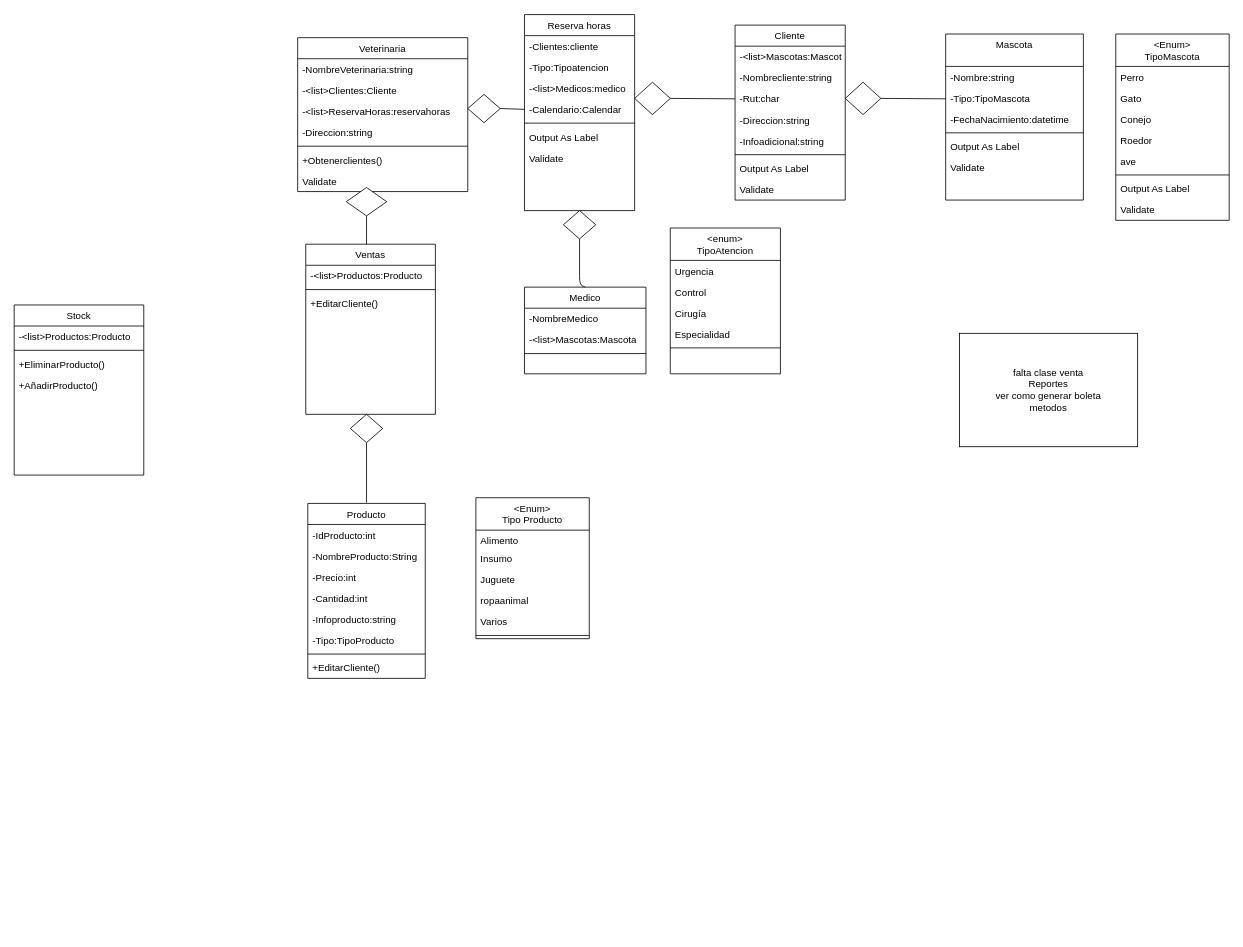
The draw.io diagram Untitled Diagram.drawio in JoseFredes/vetlover, before the edit. Source tidied: cells renumbered, new cells numbered last; positions are measured from the earlier drawing's top-left corner, leaving out a move shared by most shapes. Both pictures are drawn from the tidied source at 81%, with x=0, y=0 at pixel (14, 14).
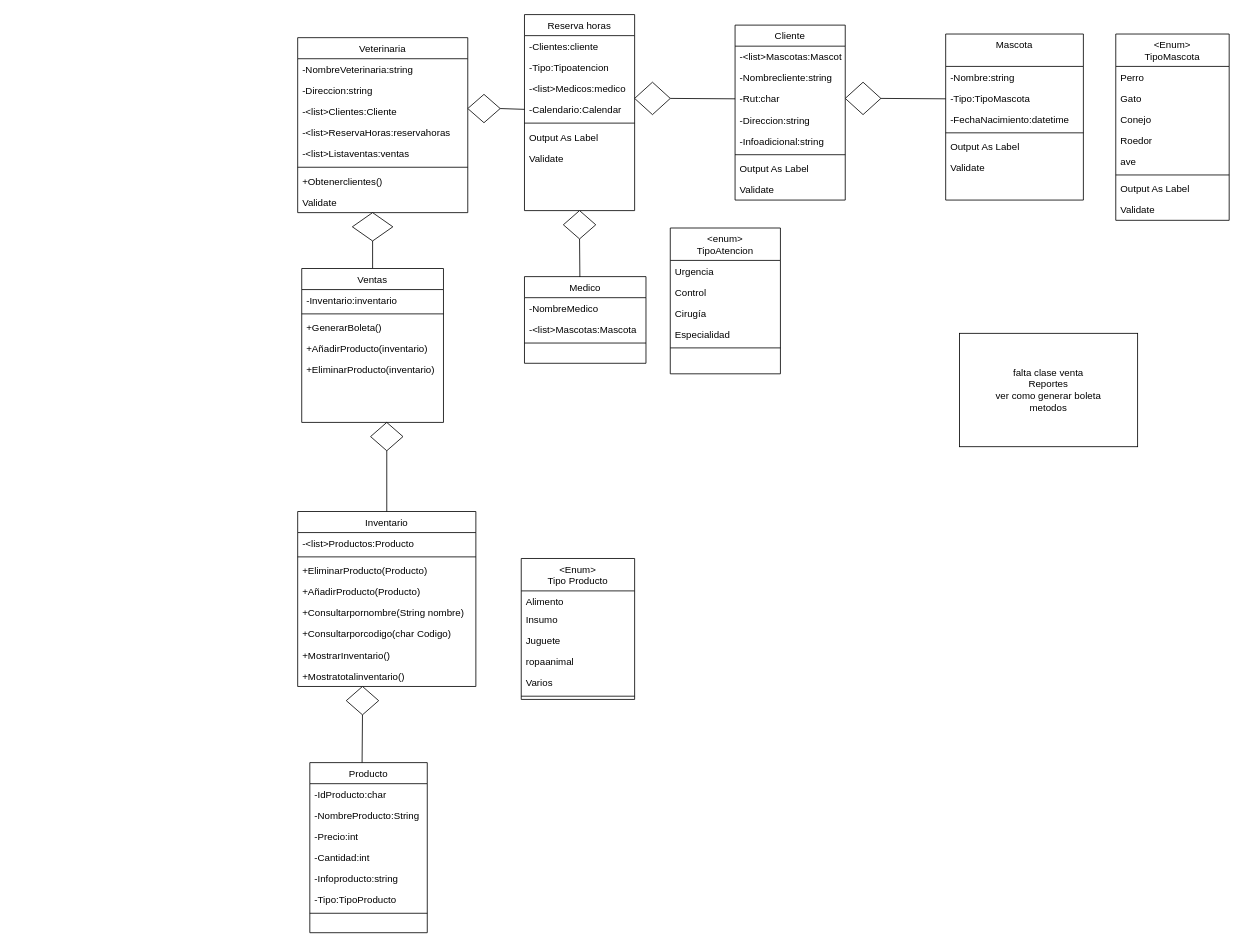
The same diagram, later.

Unchanged cells that the change refers to:
```xml
<mxCell id="51" style="rhombus;whiteSpace=wrap;html=1;" parent="1" vertex="1">
  <mxGeometry x="560" y="99" width="40" height="35" as="geometry" />
</mxCell>
<mxCell id="66" value="-Calendario:Calendar" style="text;align=left;verticalAlign=top;spacingLeft=4;spacingRight=4;overflow=hidden;points=[[0,0.5],[1,0.5]];portConstraint=eastwest;rounded=0;shadow=0;html=0;" parent="62" vertex="1">
  <mxGeometry y="104" width="136" height="26" as="geometry" />
</mxCell>
<mxCell id="80" style="rhombus;whiteSpace=wrap;html=1;" parent="1" vertex="1">
  <mxGeometry x="678" y="242.5" width="40" height="35" as="geometry" />
</mxCell>
```

What changed in the source:
```diff
@@
-    <mxCell id="2" value="Stock" style="swimlane;fontStyle=0;align=center;verticalAlign=top;horizontal=1;startSize=26;rounded=0;shadow=0;strokeWidth=1;" parent="1" vertex="1">
-      <mxGeometry y="359" width="160" height="210" as="geometry" />
+    <mxCell id="2" value="Inventario" style="swimlane;fontStyle=0;align=center;verticalAlign=top;horizontal=1;startSize=26;rounded=0;shadow=0;strokeWidth=1;" parent="1" vertex="1">
+      <mxGeometry x="350" y="614" width="220" height="216" as="geometry" />
     </mxCell>
     <mxCell id="3" value="-&lt;list&gt;Productos:Producto" style="text;align=left;verticalAlign=top;spacingLeft=4;spacingRight=4;overflow=hidden;" parent="2" vertex="1">
-      <mxGeometry y="26" width="160" height="26" as="geometry" />
+      <mxGeometry y="26" width="220" height="26" as="geometry" />
     </mxCell>
     <mxCell id="4" style="line;html=1;strokeWidth=1;align=left;verticalAlign=middle;spacingTop=-1;spacingLeft=3;spacingRight=3;labelPosition=right;" parent="2" vertex="1">
-      <mxGeometry y="52" width="160" height="8" as="geometry" />
+      <mxGeometry y="52" width="220" height="8" as="geometry" />
     </mxCell>
-    <mxCell id="5" value="+EliminarProducto()" style="text;align=left;verticalAlign=top;spacingLeft=4;spacingRight=4;overflow=hidden;" parent="2" vertex="1">
-      <mxGeometry y="60" width="160" height="26" as="geometry" />
+    <mxCell id="5" value="+EliminarProducto(Producto)" style="text;align=left;verticalAlign=top;spacingLeft=4;spacingRight=4;overflow=hidden;" parent="2" vertex="1">
+      <mxGeometry y="60" width="220" height="26" as="geometry" />
     </mxCell>
-    <mxCell id="6" value="+AñadirProducto()" style="text;align=left;verticalAlign=top;spacingLeft=4;spacingRight=4;overflow=hidden;" parent="2" vertex="1">
-      <mxGeometry y="86" width="160" height="26" as="geometry" />
+    <mxCell id="6" value="+AñadirProducto(Producto)" style="text;align=left;verticalAlign=top;spacingLeft=4;spacingRight=4;overflow=hidden;" parent="2" vertex="1">
+      <mxGeometry y="86" width="220" height="26" as="geometry" />
     </mxCell>
+    <mxCell id="91" value="+Consultarpornombre(String nombre)" style="text;align=left;verticalAlign=top;spacingLeft=4;spacingRight=4;overflow=hidden;" parent="2" vertex="1">
+      <mxGeometry y="112" width="220" height="26" as="geometry" />
+    </mxCell>
+    <mxCell id="92" value="+Consultarporcodigo(char Codigo)" style="text;align=left;verticalAlign=top;spacingLeft=4;spacingRight=4;overflow=hidden;" parent="2" vertex="1">
+      <mxGeometry y="138" width="220" height="26" as="geometry" />
+    </mxCell>
+    <mxCell id="93" value="+MostrarInventario()" style="text;align=left;verticalAlign=top;spacingLeft=4;spacingRight=4;overflow=hidden;" parent="2" vertex="1">
+      <mxGeometry y="164" width="220" height="26" as="geometry" />
+    </mxCell>
+    <mxCell id="94" value="+Mostratotalinventario()" style="text;align=left;verticalAlign=top;spacingLeft=4;spacingRight=4;overflow=hidden;" parent="2" vertex="1">
+      <mxGeometry y="190" width="220" height="26" as="geometry" />
+    </mxCell>
@@
     <mxCell id="16" value="Veterinaria" style="swimlane;fontStyle=0;align=center;verticalAlign=top;horizontal=1;startSize=26;rounded=0;shadow=0;strokeWidth=1;" parent="1" vertex="1">
-      <mxGeometry x="350" y="29" width="210" height="190" as="geometry" />
+      <mxGeometry x="350" y="29" width="210" height="216" as="geometry" />
     </mxCell>
@@
+    <mxCell id="20" value="-Direccion:string" style="text;align=left;verticalAlign=top;spacingLeft=4;spacingRight=4;overflow=hidden;rounded=0;shadow=0;html=0;" parent="16" vertex="1">
+      <mxGeometry y="52" width="210" height="26" as="geometry" />
+    </mxCell>
     <mxCell id="18" value="-&lt;list&gt;Clientes:Cliente" style="text;align=left;verticalAlign=top;spacingLeft=4;spacingRight=4;overflow=hidden;" parent="16" vertex="1">
-      <mxGeometry y="52" width="210" height="26" as="geometry" />
+      <mxGeometry y="78" width="210" height="26" as="geometry" />
     </mxCell>
     <mxCell id="19" value="-&lt;list&gt;ReservaHoras:reservahoras" style="text;align=left;verticalAlign=top;spacingLeft=4;spacingRight=4;overflow=hidden;" parent="16" vertex="1">
-      <mxGeometry y="78" width="210" height="26" as="geometry" />
+      <mxGeometry y="104" width="210" height="26" as="geometry" />
     </mxCell>
-    <mxCell id="20" value="-Direccion:string" style="text;align=left;verticalAlign=top;spacingLeft=4;spacingRight=4;overflow=hidden;rounded=0;shadow=0;html=0;" parent="16" vertex="1">
-      <mxGeometry y="104" width="210" height="26" as="geometry" />
-    </mxCell>
+    <mxCell id="95" value="-&lt;list&gt;Listaventas:ventas" style="text;align=left;verticalAlign=top;spacingLeft=4;spacingRight=4;overflow=hidden;" parent="16" vertex="1">
+      <mxGeometry y="130" width="210" height="26" as="geometry" />
+    </mxCell>
     <mxCell id="21" style="line;html=1;strokeWidth=1;align=left;verticalAlign=middle;spacingTop=-1;spacingLeft=3;spacingRight=3;labelPosition=right;" parent="16" vertex="1">
-      <mxGeometry y="130" width="210" height="8" as="geometry" />
+      <mxGeometry y="156" width="210" height="8" as="geometry" />
     </mxCell>
     <mxCell id="22" value="+Obtenerclientes()" style="text;align=left;verticalAlign=top;spacingLeft=4;spacingRight=4;overflow=hidden;" parent="16" vertex="1">
-      <mxGeometry y="138" width="210" height="26" as="geometry" />
+      <mxGeometry y="164" width="210" height="26" as="geometry" />
     </mxCell>
     <mxCell id="23" value="Validate" style="text;align=left;verticalAlign=top;spacingLeft=4;spacingRight=4;overflow=hidden;" parent="16" vertex="1">
-      <mxGeometry y="164" width="210" height="26" as="geometry" />
+      <mxGeometry y="190" width="210" height="26" as="geometry" />
     </mxCell>
@@
     <mxCell id="40" style="rhombus;whiteSpace=wrap;html=1;" parent="1" vertex="1">
-      <mxGeometry x="410" y="214" width="50" height="35" as="geometry" />
+      <mxGeometry x="417.5" y="245" width="50" height="35" as="geometry" />
     </mxCell>
-    <mxCell id="41" style="endArrow=none;html=1;entryX=0.5;entryY=1;entryDx=0;entryDy=0;" parent="1" edge="1" target="40">
-      <mxGeometry relative="1" as="geometry">
-        <mxPoint x="435" y="304" as="sourcePoint" />
-      </mxGeometry>
+    <mxCell id="41" style="endArrow=none;html=1;entryX=0.5;entryY=1;entryDx=0;entryDy=0;exitX=0.5;exitY=0;exitDx=0;exitDy=0;" parent="1" edge="1" source="87" target="40">
+      <mxGeometry relative="1" as="geometry" />
     </mxCell>
     <mxCell id="42" value="Producto" style="swimlane;fontStyle=0;align=center;verticalAlign=top;horizontal=1;startSize=26;rounded=0;shadow=0;strokeWidth=1;" parent="1" vertex="1">
-      <mxGeometry x="362.5" y="604" width="145" height="216" as="geometry" />
+      <mxGeometry x="365" y="924" width="145" height="210" as="geometry" />
     </mxCell>
-    <mxCell id="43" value="-IdProducto:int" style="text;align=left;verticalAlign=top;spacingLeft=4;spacingRight=4;overflow=hidden;" parent="42" vertex="1">
+    <mxCell id="43" value="-IdProducto:char" style="text;align=left;verticalAlign=top;spacingLeft=4;spacingRight=4;overflow=hidden;" parent="42" vertex="1">
       <mxGeometry y="26" width="145" height="26" as="geometry" />
     </mxCell>
@@
-    <mxCell id="50" value="+EditarCliente()" style="text;align=left;verticalAlign=top;spacingLeft=4;spacingRight=4;overflow=hidden;" parent="42" vertex="1">
-      <mxGeometry y="190" width="145" height="26" as="geometry" />
-    </mxCell>
@@
-    <mxCell id="52" style="endArrow=none;html=1;exitX=1;exitY=0.5;exitDx=0;exitDy=0;entryX=0;entryY=0.5;entryDx=0;entryDy=0;" parent="1" edge="1" source="51">
-      <mxGeometry relative="1" as="geometry">
-        <mxPoint x="630" y="117.5" as="targetPoint" />
-      </mxGeometry>
+    <mxCell id="52" style="endArrow=none;html=1;exitX=1;exitY=0.5;exitDx=0;exitDy=0;entryX=0;entryY=0.5;entryDx=0;entryDy=0;" parent="1" edge="1" source="51" target="66">
+      <mxGeometry relative="1" as="geometry" />
     </mxCell>
     <mxCell id="53" style="rhombus;whiteSpace=wrap;html=1;" parent="1" vertex="1">
-      <mxGeometry x="415" y="494" width="40" height="35" as="geometry" />
+      <mxGeometry x="440" y="504" width="40" height="35" as="geometry" />
     </mxCell>
-    <mxCell id="54" style="endArrow=none;html=1;exitX=0.5;exitY=1;exitDx=0;exitDy=0;" parent="1" edge="1" source="53">
-      <mxGeometry relative="1" as="geometry">
-        <mxPoint x="435" y="603" as="targetPoint" />
-      </mxGeometry>
-    </mxCell>
     <mxCell id="55" value="&lt;Enum&gt;&#10;Tipo Producto" style="swimlane;fontStyle=0;align=center;verticalAlign=top;horizontal=1;startSize=40;rounded=0;shadow=0;strokeWidth=1;" parent="1" vertex="1">
-      <mxGeometry x="570" y="597" width="140" height="174" as="geometry" />
+      <mxGeometry x="626" y="672" width="140" height="174" as="geometry" />
     </mxCell>
@@
     <mxCell id="70" value="Medico" style="swimlane;fontStyle=0;align=center;verticalAlign=top;horizontal=1;startSize=26;rounded=0;shadow=0;strokeWidth=1;" parent="1" vertex="1">
-      <mxGeometry x="630" y="337" width="150" height="107" as="geometry" />
+      <mxGeometry x="630" y="324" width="150" height="107" as="geometry" />
     </mxCell>
@@
-    <mxCell id="81" style="endArrow=none;html=1;exitX=0.5;exitY=0;exitDx=0;exitDy=0;entryX=0.5;entryY=1;entryDx=0;entryDy=0;" parent="1" edge="1" source="70" target="80">
-      <mxGeometry relative="1" as="geometry">
-        <Array as="points">
-          <mxPoint x="698" y="334" />
-        </Array>
-      </mxGeometry>
+    <mxCell id="81" style="endArrow=none;html=1;entryX=0.5;entryY=1;entryDx=0;entryDy=0;exitX=0.456;exitY=0.004;exitDx=0;exitDy=0;exitPerimeter=0;" parent="1" edge="1" source="70" target="80">
+      <mxGeometry relative="1" as="geometry" />
     </mxCell>
@@
     <mxCell id="87" value="Ventas" style="swimlane;fontStyle=0;align=center;verticalAlign=top;horizontal=1;startSize=26;rounded=0;shadow=0;strokeWidth=1;" parent="1" vertex="1">
-      <mxGeometry x="360" y="284" width="160" height="210" as="geometry" />
+      <mxGeometry x="355" y="314" width="175" height="190" as="geometry" />
     </mxCell>
-    <mxCell id="88" value="-&lt;list&gt;Productos:Producto" style="text;align=left;verticalAlign=top;spacingLeft=4;spacingRight=4;overflow=hidden;" parent="87" vertex="1">
-      <mxGeometry y="26" width="160" height="26" as="geometry" />
+    <mxCell id="88" value="-Inventario:inventario" style="text;align=left;verticalAlign=top;spacingLeft=4;spacingRight=4;overflow=hidden;" parent="87" vertex="1">
+      <mxGeometry y="26" width="175" height="26" as="geometry" />
     </mxCell>
     <mxCell id="89" style="line;html=1;strokeWidth=1;align=left;verticalAlign=middle;spacingTop=-1;spacingLeft=3;spacingRight=3;labelPosition=right;" parent="87" vertex="1">
-      <mxGeometry y="52" width="160" height="8" as="geometry" />
+      <mxGeometry y="52" width="175" height="8" as="geometry" />
     </mxCell>
-    <mxCell id="90" value="+EditarCliente()" style="text;align=left;verticalAlign=top;spacingLeft=4;spacingRight=4;overflow=hidden;" parent="87" vertex="1">
-      <mxGeometry y="60" width="160" height="26" as="geometry" />
+    <mxCell id="90" value="+GenerarBoleta()" style="text;align=left;verticalAlign=top;spacingLeft=4;spacingRight=4;overflow=hidden;" parent="87" vertex="1">
+      <mxGeometry y="60" width="175" height="26" as="geometry" />
     </mxCell>
+    <mxCell id="96" value="+AñadirProducto(inventario)" style="text;align=left;verticalAlign=top;spacingLeft=4;spacingRight=4;overflow=hidden;" parent="87" vertex="1">
+      <mxGeometry y="86" width="175" height="26" as="geometry" />
+    </mxCell>
+    <mxCell id="97" value="+EliminarProducto(inventario)" style="text;align=left;verticalAlign=top;spacingLeft=4;spacingRight=4;overflow=hidden;" parent="87" vertex="1">
+      <mxGeometry y="112" width="175" height="26" as="geometry" />
+    </mxCell>
+    <mxCell id="98" style="rhombus;whiteSpace=wrap;html=1;" parent="1" vertex="1">
+      <mxGeometry x="410" y="830" width="40" height="35" as="geometry" />
+    </mxCell>
+    <mxCell id="99" style="endArrow=none;html=1;entryX=0.5;entryY=1;entryDx=0;entryDy=0;exitX=0.445;exitY=0;exitDx=0;exitDy=0;exitPerimeter=0;" parent="1" edge="1" source="42" target="98">
+      <mxGeometry relative="1" as="geometry" />
+    </mxCell>
+    <mxCell id="100" style="endArrow=none;html=1;entryX=0.5;entryY=1;entryDx=0;entryDy=0;exitX=0.5;exitY=0;exitDx=0;exitDy=0;" parent="1" edge="1" source="2" target="53">
+      <mxGeometry relative="1" as="geometry" />
+    </mxCell>
```
